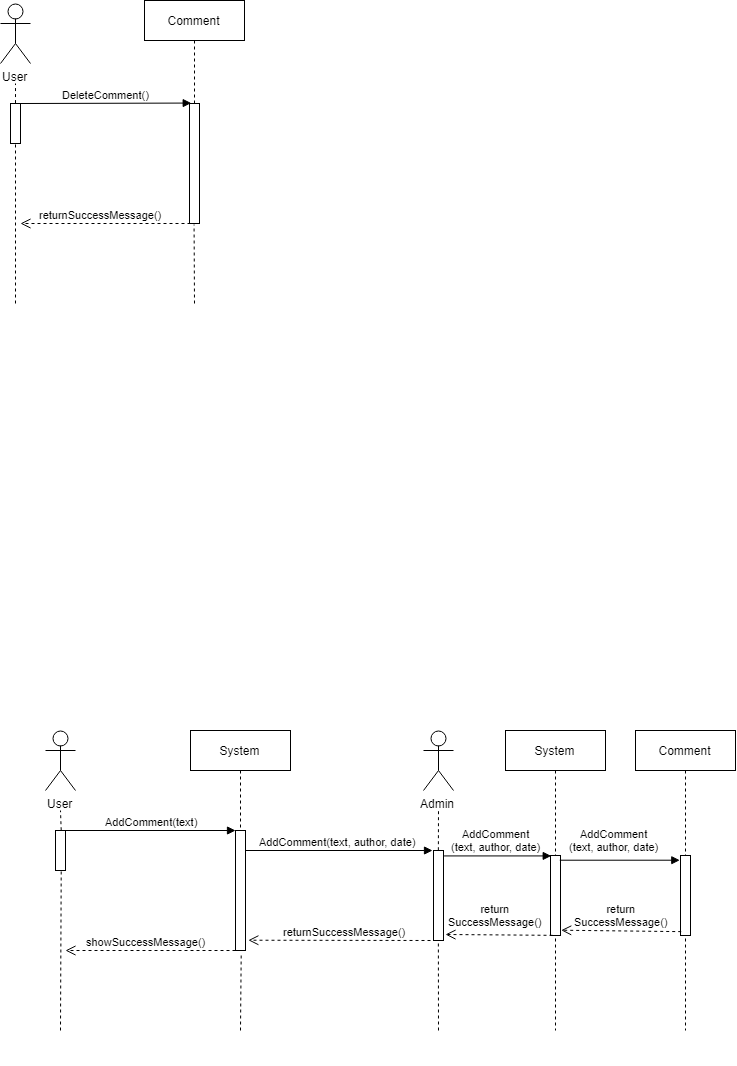
Before: Behavioral/Sequence Diagram/Add comment success scenario.png, a diagram exported from draw.io (group-c/sw-project). Source tidied: cells renumbered, new cells last; positions are measured from the earlier drawing's top-left corner, leaving out a move shared by most shapes.
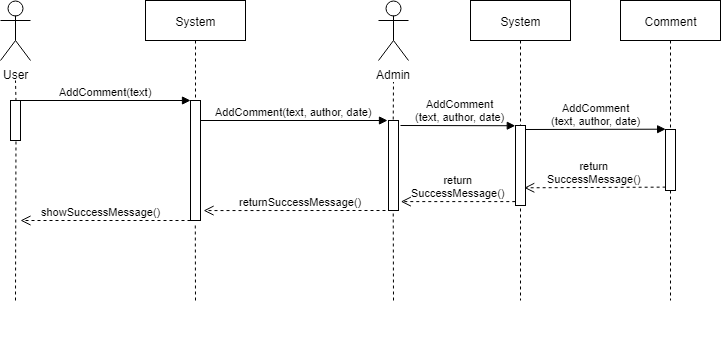
Later version of the same file.

Commit message:
Added Add comment success scenario. Reyhaneh

Change to the diagram source:
```diff
@@ -2,74 +2,33 @@
   <root>
     <mxCell id="0" />
     <mxCell id="1" parent="0" />
-    <mxCell id="2" value="User&lt;br&gt;" style="shape=umlActor;verticalLabelPosition=bottom;labelBackgroundColor=#ffffff;verticalAlign=top;html=1;" parent="1" vertex="1">
-      <mxGeometry y="3" width="30" height="60" as="geometry" />
-    </mxCell>
-    <mxCell id="3" style="html=1;points=[];perimeter=orthogonalPerimeter;" parent="1" vertex="1">
-      <mxGeometry x="10" y="103" width="10" height="40" as="geometry" />
-    </mxCell>
-    <mxCell id="4" style="html=1;points=[];perimeter=orthogonalPerimeter;" parent="1" vertex="1">
-      <mxGeometry x="189" y="103" width="10" height="120" as="geometry" />
-    </mxCell>
-    <mxCell id="5" style="endArrow=none;dashed=1;html=1;exitX=0.523;exitY=0.002;exitDx=0;exitDy=0;exitPerimeter=0;" parent="1" edge="1" source="3">
-      <mxGeometry relative="1" as="geometry">
-        <mxPoint x="15" y="83" as="targetPoint" />
-      </mxGeometry>
-    </mxCell>
-    <mxCell id="6" style="endArrow=none;dashed=1;html=1;entryX=0.532;entryY=1.01;entryDx=0;entryDy=0;entryPerimeter=0;" parent="1" edge="1" target="3">
-      <mxGeometry relative="1" as="geometry">
-        <mxPoint x="15" y="303" as="sourcePoint" />
-      </mxGeometry>
-    </mxCell>
-    <mxCell id="7" value="DeleteComment()" style="html=1;verticalAlign=bottom;endArrow=block;entryX=0.1;entryY=0;entryDx=0;entryDy=0;entryPerimeter=0;" parent="1" edge="1" target="4">
-      <mxGeometry relative="1" as="geometry">
-        <mxPoint x="20" y="103" as="sourcePoint" />
-      </mxGeometry>
-    </mxCell>
-    <mxCell id="8" value="returnSuccessMessage()" style="html=1;verticalAlign=bottom;endArrow=open;dashed=1;endSize=8;" parent="1" edge="1">
-      <mxGeometry x="0.06" relative="1" as="geometry">
-        <mxPoint x="190" y="223" as="sourcePoint" />
-        <mxPoint x="20" y="223" as="targetPoint" />
-      </mxGeometry>
-    </mxCell>
-    <mxCell id="9" style="endArrow=none;dashed=1;html=1;entryX=0.471;entryY=1.011;entryDx=0;entryDy=0;entryPerimeter=0;" parent="1" edge="1" target="4">
-      <mxGeometry relative="1" as="geometry">
-        <mxPoint x="194" y="303" as="sourcePoint" />
-      </mxGeometry>
-    </mxCell>
-    <mxCell id="10" value="&lt;br&gt;&lt;br&gt;" style="text;html=1;align=left;verticalAlign=top;spacingTop=-4;" parent="1" vertex="1">
-      <mxGeometry x="428" y="658" width="20" height="30" as="geometry" />
-    </mxCell>
-    <mxCell id="11" value="Comment" style="shape=umlLifeline;perimeter=lifelinePerimeter;whiteSpace=wrap;html=1;" parent="1" vertex="1">
-      <mxGeometry x="144" width="100" height="103" as="geometry" />
-    </mxCell>
-    <mxCell id="12" value="User&lt;br&gt;" style="shape=umlActor;verticalLabelPosition=bottom;labelBackgroundColor=#ffffff;verticalAlign=top;html=1;" parent="1" vertex="1">
-      <mxGeometry x="45" y="730" width="30" height="60" as="geometry" />
-    </mxCell>
-    <mxCell id="13" style="html=1;points=[];perimeter=orthogonalPerimeter;" parent="1" vertex="1">
-      <mxGeometry x="55" y="830" width="10" height="40" as="geometry" />
-    </mxCell>
-    <mxCell id="14" style="html=1;points=[];perimeter=orthogonalPerimeter;" parent="1" vertex="1">
-      <mxGeometry x="433" y="850" width="10" height="90" as="geometry" />
-    </mxCell>
-    <mxCell id="15" style="endArrow=none;dashed=1;html=1;exitX=0.472;exitY=-0.011;exitDx=0;exitDy=0;exitPerimeter=0;" parent="1" edge="1" source="14">
-      <mxGeometry relative="1" as="geometry">
-        <mxPoint x="438" y="810" as="targetPoint" />
-      </mxGeometry>
-    </mxCell>
+    <mxCell id="36" value="User&lt;br&gt;" style="shape=umlActor;verticalLabelPosition=bottom;labelBackgroundColor=#ffffff;verticalAlign=top;html=1;" parent="1" vertex="1">
+      <mxGeometry x="45" y="730" width="30" height="60" as="geometry" />
+    </mxCell>
+    <mxCell id="37" style="html=1;points=[];perimeter=orthogonalPerimeter;" parent="1" vertex="1">
+      <mxGeometry x="55" y="830" width="10" height="40" as="geometry" />
+    </mxCell>
+    <mxCell id="38" style="html=1;points=[];perimeter=orthogonalPerimeter;" parent="1" vertex="1">
+      <mxGeometry x="433" y="850" width="10" height="90" as="geometry" />
+    </mxCell>
+    <mxCell id="39" style="endArrow=none;dashed=1;html=1;exitX=0.472;exitY=-0.011;exitDx=0;exitDy=0;exitPerimeter=0;" parent="1" edge="1" source="38">
+      <mxGeometry relative="1" as="geometry">
+        <mxPoint x="438" y="810" as="targetPoint" />
+      </mxGeometry>
+    </mxCell>
     <mxCell id="16" value="Admin" style="shape=umlActor;verticalLabelPosition=bottom;labelBackgroundColor=#ffffff;verticalAlign=top;html=1;" parent="1" vertex="1">
       <mxGeometry x="423" y="730" width="30" height="60" as="geometry" />
     </mxCell>
-    <mxCell id="17" style="endArrow=none;dashed=1;html=1;exitX=0.523;exitY=0.002;exitDx=0;exitDy=0;exitPerimeter=0;" parent="1" edge="1" source="13">
-      <mxGeometry relative="1" as="geometry">
-        <mxPoint x="60" y="810" as="targetPoint" />
-      </mxGeometry>
-    </mxCell>
-    <mxCell id="18" style="endArrow=none;dashed=1;html=1;entryX=0.532;entryY=1.01;entryDx=0;entryDy=0;entryPerimeter=0;" parent="1" edge="1" target="13">
-      <mxGeometry relative="1" as="geometry">
-        <mxPoint x="60" y="1030" as="sourcePoint" />
-      </mxGeometry>
-    </mxCell>
+    <mxCell id="40" style="endArrow=none;dashed=1;html=1;exitX=0.523;exitY=0.002;exitDx=0;exitDy=0;exitPerimeter=0;" parent="1" edge="1" source="37">
+      <mxGeometry relative="1" as="geometry">
+        <mxPoint x="60" y="810" as="targetPoint" />
+      </mxGeometry>
+    </mxCell>
+    <mxCell id="41" style="endArrow=none;dashed=1;html=1;entryX=0.532;entryY=1.01;entryDx=0;entryDy=0;entryPerimeter=0;" parent="1" edge="1" target="37">
+      <mxGeometry relative="1" as="geometry">
+        <mxPoint x="60" y="1030" as="sourcePoint" />
+      </mxGeometry>
+    </mxCell>
     <mxCell id="19" value="AddComment(text)" style="html=1;verticalAlign=bottom;endArrow=block;" parent="1" edge="1">
       <mxGeometry relative="1" as="geometry">
         <mxPoint x="65" y="830" as="sourcePoint" />
@@ -82,62 +41,63 @@
         <mxPoint x="65" y="950" as="targetPoint" />
       </mxGeometry>
     </mxCell>
-    <mxCell id="21" style="endArrow=none;dashed=1;html=1;entryX=0.471;entryY=1.011;entryDx=0;entryDy=0;entryPerimeter=0;" parent="1" edge="1" target="14">
-      <mxGeometry relative="1" as="geometry">
-        <mxPoint x="438" y="1030" as="sourcePoint" />
-      </mxGeometry>
-    </mxCell>
-    <mxCell id="22" value="&lt;br&gt;&lt;br&gt;" style="text;html=1;align=left;verticalAlign=top;spacingTop=-4;" parent="1" vertex="1">
-      <mxGeometry x="428" y="1035" width="20" height="30" as="geometry" />
-    </mxCell>
-    <mxCell id="23" style="html=1;points=[];perimeter=orthogonalPerimeter;" parent="1" vertex="1">
-      <mxGeometry x="235" y="830" width="10" height="120" as="geometry" />
-    </mxCell>
+    <mxCell id="42" style="endArrow=none;dashed=1;html=1;entryX=0.471;entryY=1.011;entryDx=0;entryDy=0;entryPerimeter=0;" parent="1" edge="1" target="38">
+      <mxGeometry relative="1" as="geometry">
+        <mxPoint x="438" y="1030" as="sourcePoint" />
+      </mxGeometry>
+    </mxCell>
+    <mxCell id="43" value="&lt;br&gt;&lt;br&gt;" style="text;html=1;align=left;verticalAlign=top;spacingTop=-4;" parent="1" vertex="1">
+      <mxGeometry x="428" y="1035" width="20" height="30" as="geometry" />
+    </mxCell>
+    <mxCell id="44" style="html=1;points=[];perimeter=orthogonalPerimeter;" parent="1" vertex="1">
+      <mxGeometry x="235" y="830" width="10" height="120" as="geometry" />
+    </mxCell>
     <mxCell id="24" value="AddComment(text, author, date)" style="html=1;verticalAlign=bottom;endArrow=block;" parent="1" edge="1">
       <mxGeometry relative="1" as="geometry">
         <mxPoint x="245" y="850" as="sourcePoint" />
         <mxPoint x="432" y="850" as="targetPoint" />
       </mxGeometry>
     </mxCell>
-    <mxCell id="25" value="returnSuccessMessage()" style="html=1;verticalAlign=bottom;endArrow=open;dashed=1;endSize=8;entryX=1.333;entryY=0.915;entryDx=0;entryDy=0;entryPerimeter=0;" parent="1" edge="1" target="23">
+    <mxCell id="25" value="returnSuccessMessage()" style="html=1;verticalAlign=bottom;endArrow=open;dashed=1;endSize=8;entryX=1.333;entryY=0.915;entryDx=0;entryDy=0;entryPerimeter=0;" parent="1" edge="1" target="44">
       <mxGeometry x="-0.06" relative="1" as="geometry">
         <mxPoint x="430" y="940" as="sourcePoint" />
       </mxGeometry>
     </mxCell>
-    <mxCell id="26" value="System" style="shape=umlLifeline;perimeter=lifelinePerimeter;whiteSpace=wrap;html=1;" parent="1" vertex="1">
-      <mxGeometry x="190" y="730" width="100" height="100" as="geometry" />
-    </mxCell>
-    <mxCell id="27" style="endArrow=none;dashed=1;html=1;entryX=0.5;entryY=1.018;entryDx=0;entryDy=0;entryPerimeter=0;" parent="1" edge="1" target="23">
-      <mxGeometry relative="1" as="geometry">
-        <mxPoint x="240" y="1030" as="sourcePoint" />
-      </mxGeometry>
-    </mxCell>
-    <mxCell id="28" value="Comment" style="shape=umlLifeline;perimeter=lifelinePerimeter;whiteSpace=wrap;html=1;" parent="1" vertex="1">
-      <mxGeometry x="635" y="730" width="100" height="300" as="geometry" />
-    </mxCell>
-    <mxCell id="29" style="html=1;points=[];perimeter=orthogonalPerimeter;" parent="28" vertex="1">
-      <mxGeometry x="45" y="125" width="10" height="80" as="geometry" />
-    </mxCell>
-    <mxCell id="30" value="return&lt;br&gt;SuccessMessage()" style="html=1;verticalAlign=bottom;endArrow=open;dashed=1;endSize=8;exitX=0;exitY=0.95;entryX=1.047;entryY=0.939;entryDx=0;entryDy=0;entryPerimeter=0;" parent="1" edge="1" source="29" target="32">
-      <mxGeometry relative="1" as="geometry" />
-    </mxCell>
-    <mxCell id="31" value="System" style="shape=umlLifeline;perimeter=lifelinePerimeter;whiteSpace=wrap;html=1;" parent="1" vertex="1">
-      <mxGeometry x="505" y="730" width="100" height="300" as="geometry" />
-    </mxCell>
-    <mxCell id="32" style="html=1;points=[];perimeter=orthogonalPerimeter;" parent="31" vertex="1">
-      <mxGeometry x="45" y="125" width="10" height="80" as="geometry" />
-    </mxCell>
-    <mxCell id="33" value="AddComment&lt;br&gt;(text, author, date)&lt;br&gt;" style="html=1;verticalAlign=bottom;endArrow=block;entryX=-0.048;entryY=0.053;exitX=0.919;exitY=0.053;exitDx=0;exitDy=0;exitPerimeter=0;entryDx=0;entryDy=0;entryPerimeter=0;" parent="1" edge="1" source="32" target="29">
-      <mxGeometry x="-0.09" y="5" relative="1" as="geometry" />
-    </mxCell>
-    <mxCell id="34" value="AddComment&lt;br&gt;(text, author, date)" style="html=1;verticalAlign=bottom;endArrow=block;exitX=1;exitY=0.064;exitDx=0;exitDy=0;exitPerimeter=0;entryX=0.06;entryY=0.005;entryDx=0;entryDy=0;entryPerimeter=0;" parent="1" edge="1" source="14" target="32">
-      <mxGeometry x="-0.03" relative="1" as="geometry" />
-    </mxCell>
-    <mxCell id="35" value="return&lt;br&gt;SuccessMessage()" style="html=1;verticalAlign=bottom;endArrow=open;dashed=1;endSize=8;exitX=0;exitY=0.95;" parent="1" edge="1">
-      <mxGeometry x="0.07" y="-4" relative="1" as="geometry">
-        <mxPoint x="552" y="934.8" as="sourcePoint" />
-        <mxPoint x="445" y="934" as="targetPoint" />
-      </mxGeometry>
-    </mxCell>
+    <mxCell id="45" value="System" style="shape=umlLifeline;perimeter=lifelinePerimeter;whiteSpace=wrap;html=1;" parent="1" vertex="1">
+      <mxGeometry x="190" y="730" width="100" height="100" as="geometry" />
+    </mxCell>
+    <mxCell id="46" style="endArrow=none;dashed=1;html=1;entryX=0.5;entryY=1.018;entryDx=0;entryDy=0;entryPerimeter=0;" parent="1" edge="1" target="44">
+      <mxGeometry relative="1" as="geometry">
+        <mxPoint x="240" y="1030" as="sourcePoint" />
+      </mxGeometry>
+    </mxCell>
+    <mxCell id="47" value="System" style="shape=umlLifeline;perimeter=lifelinePerimeter;whiteSpace=wrap;html=1;" parent="1" vertex="1">
+      <mxGeometry x="515" y="730" width="100" height="300" as="geometry" />
+    </mxCell>
+    <mxCell id="48" style="html=1;points=[];perimeter=orthogonalPerimeter;" parent="47" vertex="1">
+      <mxGeometry x="45" y="125" width="10" height="80" as="geometry" />
+    </mxCell>
+    <mxCell id="49" value="AddComment&lt;br&gt;(text, author, date)&lt;br&gt;" style="html=1;verticalAlign=bottom;endArrow=block;entryX=0;entryY=0;" parent="47" edge="1" target="48">
+      <mxGeometry x="0.04" relative="1" as="geometry">
+        <mxPoint x="-70" y="125" as="sourcePoint" />
+      </mxGeometry>
+    </mxCell>
+    <mxCell id="50" value="return&lt;br&gt;SuccessMessage()" style="html=1;verticalAlign=bottom;endArrow=open;dashed=1;endSize=8;exitX=0;exitY=0.95;entryX=1.2;entryY=0.9;entryDx=0;entryDy=0;entryPerimeter=0;" parent="1" edge="1" source="48" target="38">
+      <mxGeometry relative="1" as="geometry" />
+    </mxCell>
+    <mxCell id="51" value="Comment" style="shape=umlLifeline;perimeter=lifelinePerimeter;whiteSpace=wrap;html=1;" parent="1" vertex="1">
+      <mxGeometry x="665" y="730" width="100" height="300" as="geometry" />
+    </mxCell>
+    <mxCell id="52" style="html=1;points=[];perimeter=orthogonalPerimeter;" parent="51" vertex="1">
+      <mxGeometry x="45" y="129" width="10" height="61" as="geometry" />
+    </mxCell>
+    <mxCell id="53" value="return&lt;br&gt;SuccessMessage()" style="html=1;verticalAlign=bottom;endArrow=open;dashed=1;endSize=8;exitX=0;exitY=0.95;entryX=0.9;entryY=0.777;entryDx=0;entryDy=0;entryPerimeter=0;" parent="1" edge="1" source="52" target="48">
+      <mxGeometry relative="1" as="geometry" />
+    </mxCell>
+    <mxCell id="54" value="AddComment&lt;br&gt;(text, author, date)" style="html=1;verticalAlign=bottom;endArrow=block;entryX=0;entryY=0;" parent="1" edge="1" target="52">
+      <mxGeometry relative="1" as="geometry">
+        <mxPoint x="570" y="859" as="sourcePoint" />
+      </mxGeometry>
+    </mxCell>
   </root>
 </mxGraphModel>
```
